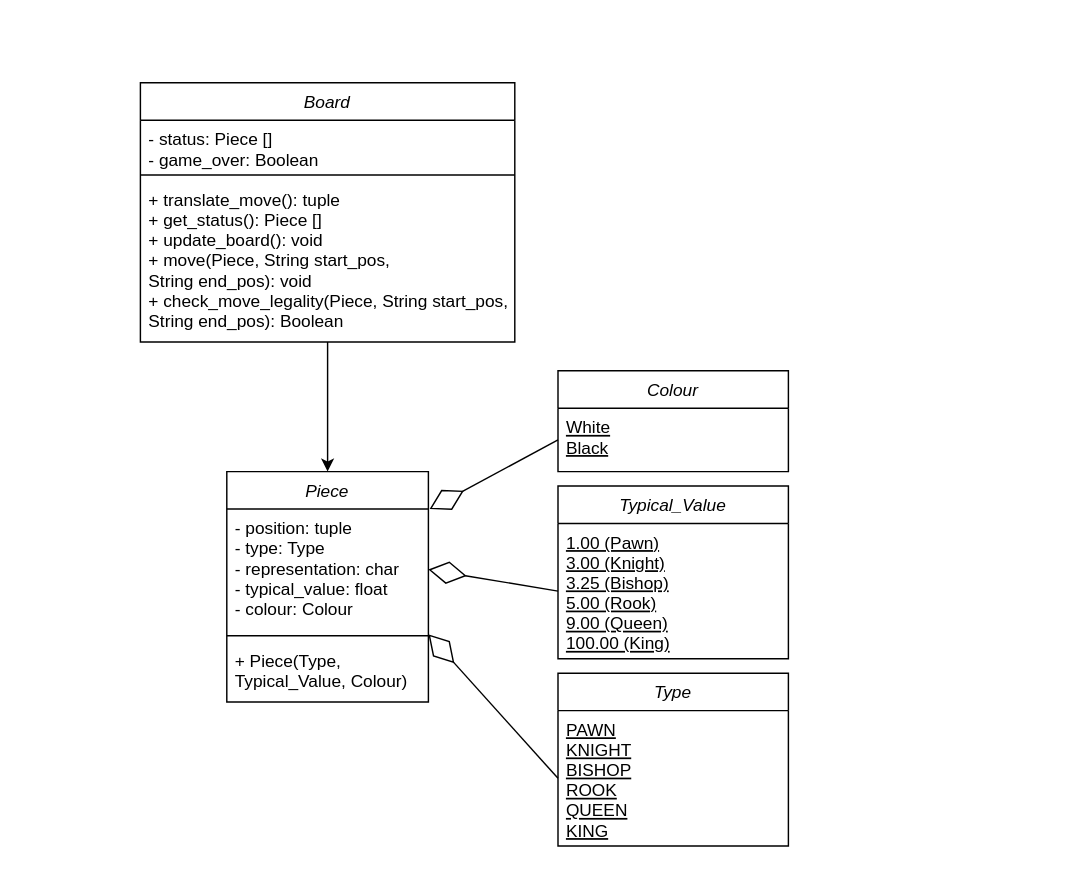
Earlier version of the draw.io diagram Chess UML.drawio (CallumMoss/Console_Chess). Source tidied: cells renumbered, new cells numbered last; positions are measured from the earlier drawing's top-left corner, leaving out a move shared by most shapes. Both pictures are drawn from the tidied source at 144%, with x=0, y=0 at pixel (140, 82).
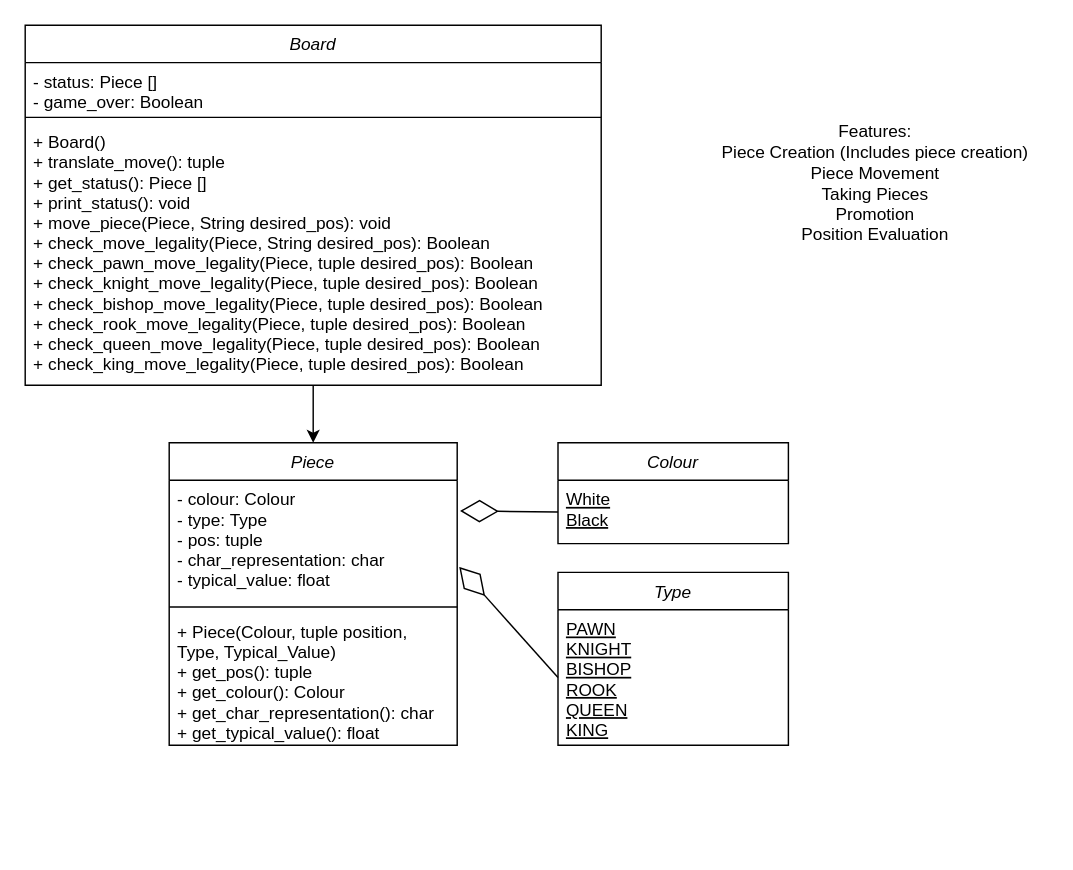
Above is the later version.

Commit message:
Updates signature of Board functions

Unchanged cells that the change refers to:
```xml
<mxCell id="3" value="PAWN&#10;KNIGHT&#10;BISHOP&#10;ROOK&#10;QUEEN&#10;KING" style="text;align=left;verticalAlign=top;spacingLeft=4;spacingRight=4;overflow=hidden;points=[[0,0.5],[1,0.5]];portConstraint=eastwest;fontStyle=4;" parent="2" vertex="1">
  <mxGeometry y="26" width="160" height="94" as="geometry" />
</mxCell>
<mxCell id="9" value="White&#10;Black" style="text;align=left;verticalAlign=top;spacingLeft=4;spacingRight=4;overflow=hidden;points=[[0,0.5],[1,0.5]];portConstraint=eastwest;fontStyle=4;" parent="8" vertex="1">
  <mxGeometry y="26" width="160" height="44" as="geometry" />
</mxCell>
```

What changed in the source:
```diff
@@
     <mxCell id="2" value="Type" style="swimlane;fontStyle=2;align=center;verticalAlign=top;horizontal=1;startSize=26;rounded=0;shadow=0;strokeWidth=1;" parent="1" vertex="1">
-      <mxGeometry x="290" y="410" width="160" height="120" as="geometry" />
+      <mxGeometry x="290" y="340" width="160" height="120" as="geometry" />
     </mxCell>
@@
     <mxCell id="4" value="Board" style="swimlane;fontStyle=2;align=center;verticalAlign=top;horizontal=1;startSize=26;rounded=0;shadow=0;strokeWidth=1;" parent="1" vertex="1">
-      <mxGeometry width="260" height="180" as="geometry" />
+      <mxGeometry x="-80" y="-40" width="400" height="250" as="geometry" />
     </mxCell>
     <mxCell id="5" value="- status: Piece []&#10;- game_over: Boolean" style="text;align=left;verticalAlign=top;spacingLeft=4;spacingRight=4;overflow=hidden;" parent="4" vertex="1">
-      <mxGeometry y="26" width="260" height="34" as="geometry" />
+      <mxGeometry y="26" width="400" height="34" as="geometry" />
     </mxCell>
     <mxCell id="6" style="line;html=1;strokeWidth=1;align=left;verticalAlign=middle;spacingTop=-1;spacingLeft=3;spacingRight=3;labelPosition=right;" parent="4" vertex="1">
-      <mxGeometry y="60" width="260" height="8" as="geometry" />
+      <mxGeometry y="60" width="400" height="8" as="geometry" />
     </mxCell>
-    <mxCell id="7" value="+ translate_move(): tuple&#10;+ get_status(): Piece []&#10;+ update_board(): void&#10;+ move(Piece, String start_pos,&#10;String end_pos): void&#10;+ check_move_legality(Piece, String start_pos,&#10;String end_pos): Boolean" style="text;align=left;verticalAlign=top;spacingLeft=4;spacingRight=4;overflow=hidden;" parent="4" vertex="1">
-      <mxGeometry y="68" width="260" height="102" as="geometry" />
+    <mxCell id="7" value="+ Board()&#10;+ translate_move(): tuple&#10;+ get_status(): Piece []&#10;+ print_status(): void&#10;+ move_piece(Piece, String desired_pos): void&#10;+ check_move_legality(Piece, String desired_pos): Boolean&#10;+ check_pawn_move_legality(Piece, tuple desired_pos): Boolean&#10;+ check_knight_move_legality(Piece, tuple desired_pos): Boolean&#10;+ check_bishop_move_legality(Piece, tuple desired_pos): Boolean&#10;+ check_rook_move_legality(Piece, tuple desired_pos): Boolean&#10;+ check_queen_move_legality(Piece, tuple desired_pos): Boolean&#10;+ check_king_move_legality(Piece, tuple desired_pos): Boolean" style="text;align=left;verticalAlign=top;spacingLeft=4;spacingRight=4;overflow=hidden;" parent="4" vertex="1">
+      <mxGeometry y="68" width="400" height="170" as="geometry" />
     </mxCell>
     <mxCell id="8" value="Colour" style="swimlane;fontStyle=2;align=center;verticalAlign=top;horizontal=1;startSize=26;rounded=0;shadow=0;strokeWidth=1;" parent="1" vertex="1">
-      <mxGeometry x="290" y="200" width="160" height="70" as="geometry" />
+      <mxGeometry x="290" y="250" width="160" height="70" as="geometry" />
     </mxCell>
@@
-    <mxCell id="10" value="Typical_Value" style="swimlane;fontStyle=2;align=center;verticalAlign=top;horizontal=1;startSize=26;rounded=0;shadow=0;strokeWidth=1;" parent="1" vertex="1">
-      <mxGeometry x="290" y="280" width="160" height="120" as="geometry" />
-    </mxCell>
-    <mxCell id="11" value="1.00 (Pawn)&#10;3.00 (Knight)&#10;3.25 (Bishop)&#10;5.00 (Rook)&#10;9.00 (Queen)&#10;100.00 (King)" style="text;align=left;verticalAlign=top;spacingLeft=4;spacingRight=4;overflow=hidden;points=[[0,0.5],[1,0.5]];portConstraint=eastwest;fontStyle=4;" parent="10" vertex="1">
-      <mxGeometry y="26" width="160" height="94" as="geometry" />
-    </mxCell>
     <mxCell id="12" value="Piece" style="swimlane;fontStyle=2;align=center;verticalAlign=top;horizontal=1;startSize=26;rounded=0;shadow=0;strokeWidth=1;" parent="1" vertex="1">
-      <mxGeometry x="60" y="270" width="140" height="160" as="geometry" />
+      <mxGeometry x="20" y="250" width="200" height="210" as="geometry" />
     </mxCell>
-    <mxCell id="13" value="- position: tuple&#10;- type: Type&#10;- representation: char&#10;- typical_value: float&#10;- colour: Colour" style="text;align=left;verticalAlign=top;spacingLeft=4;spacingRight=4;overflow=hidden;points=[[0,0.5],[1,0.5]];portConstraint=eastwest;" parent="12" vertex="1">
-      <mxGeometry y="26" width="140" height="84" as="geometry" />
+    <mxCell id="13" value="- colour: Colour&#10;- type: Type&#10;- pos: tuple&#10;- char_representation: char&#10;- typical_value: float" style="text;align=left;verticalAlign=top;spacingLeft=4;spacingRight=4;overflow=hidden;points=[[0,0.5],[1,0.5]];portConstraint=eastwest;" parent="12" vertex="1">
+      <mxGeometry y="26" width="200" height="84" as="geometry" />
     </mxCell>
     <mxCell id="14" style="line;html=1;strokeWidth=1;align=left;verticalAlign=middle;spacingTop=-1;spacingLeft=3;spacingRight=3;labelPosition=right;" parent="12" vertex="1">
-      <mxGeometry y="110" width="140" height="8" as="geometry" />
+      <mxGeometry y="110" width="200" height="8" as="geometry" />
     </mxCell>
-    <mxCell id="15" value="+ Piece(Type,&#10;Typical_Value, Colour)" style="text;align=left;verticalAlign=top;spacingLeft=4;spacingRight=4;overflow=hidden;" parent="12" vertex="1">
-      <mxGeometry y="118" width="140" height="42" as="geometry" />
+    <mxCell id="15" value="+ Piece(Colour, tuple position,&#10;Type, Typical_Value)&#10;+ get_pos(): tuple&#10;+ get_colour(): Colour&#10;+ get_char_representation(): char&#10;+ get_typical_value(): float" style="text;align=left;verticalAlign=top;spacingLeft=4;spacingRight=4;overflow=hidden;" parent="12" vertex="1">
+      <mxGeometry y="118" width="200" height="92" as="geometry" />
     </mxCell>
@@
-    <mxCell id="17" style="endArrow=diamondThin;endFill=0;endSize=24;html=1;rounded=0;exitX=0;exitY=0.5;exitDx=0;exitDy=0;" parent="1" edge="1" source="3">
-      <mxGeometry relative="1" as="geometry">
-        <mxPoint x="200" y="383" as="targetPoint" />
-      </mxGeometry>
+    <mxCell id="17" style="endArrow=diamondThin;endFill=0;endSize=24;html=1;rounded=0;exitX=0;exitY=0.5;exitDx=0;exitDy=0;entryX=1.007;entryY=0.717;entryDx=0;entryDy=0;entryPerimeter=0;" parent="1" edge="1" source="3" target="13">
+      <mxGeometry relative="1" as="geometry" />
     </mxCell>
-    <mxCell id="18" style="endArrow=diamondThin;endFill=0;endSize=24;html=1;rounded=0;exitX=0;exitY=0.5;exitDx=0;exitDy=0;entryX=1.006;entryY=0;entryDx=0;entryDy=0;entryPerimeter=0;" parent="1" edge="1" source="9" target="13">
+    <mxCell id="18" style="endArrow=diamondThin;endFill=0;endSize=24;html=1;rounded=0;exitX=0;exitY=0.5;exitDx=0;exitDy=0;entryX=1.01;entryY=0.254;entryDx=0;entryDy=0;entryPerimeter=0;" parent="1" edge="1" source="9" target="13">
       <mxGeometry relative="1" as="geometry" />
     </mxCell>
-    <mxCell id="19" style="endArrow=diamondThin;endFill=0;endSize=24;html=1;rounded=0;exitX=0;exitY=0.5;exitDx=0;exitDy=0;entryX=1;entryY=0.5;entryDx=0;entryDy=0;" parent="1" edge="1" source="11" target="13">
-      <mxGeometry relative="1" as="geometry" />
-    </mxCell>
+    <mxCell id="20" value="Features:&lt;br&gt;Piece Creation (Includes piece creation)&lt;br&gt;Piece Movement&lt;br&gt;Taking Pieces&lt;br&gt;Promotion&lt;br&gt;Position Evaluation" style="text;html=1;align=center;verticalAlign=middle;strokeColor=none;fillColor=none;" parent="1" vertex="1">
+      <mxGeometry x="390" y="20" width="240" height="100" as="geometry" />
+    </mxCell>
```
